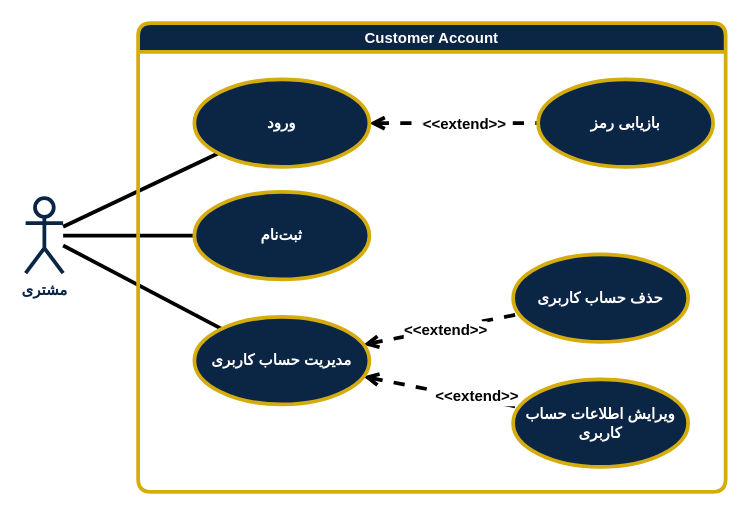
This is page "Account" (2 of 2) of Documentation/Analysis/Modeling/Functional Models/Customer/customer use case diagram.drawio from TnT74K/Project-SAD, a draw.io file, before an edit. Source tidied: cells renumbered, new cells numbered last; positions are measured from the earlier drawing's top-left corner, leaving out a move shared by most shapes. Both pictures are drawn from the tidied source at 125%, with x=0, y=0 at pixel (25, 22).
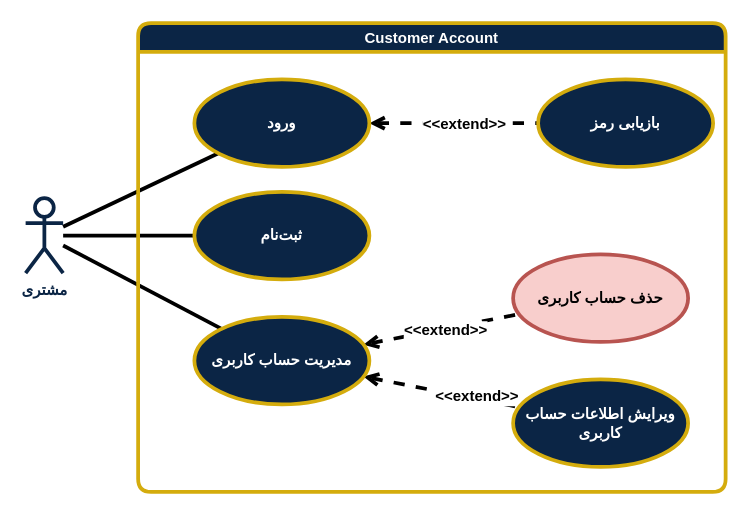
The same page after the edit.

The edit, as a diff of the source:
```diff
@@
 <mxGraphModel>
   <root>
     <mxCell id="0" />
     <mxCell id="1" parent="0" />
     <mxCell id="2" style="edgeStyle=none;shape=connector;rounded=0;jettySize=auto;html=1;strokeColor=default;align=center;verticalAlign=middle;fontFamily=zain;fontSize=12;fontColor=default;labelBackgroundColor=default;endArrow=none;endFill=0;strokeWidth=3;" parent="1" edge="1" source="5" target="8">
       <mxGeometry relative="1" as="geometry" />
     </mxCell>
     <mxCell id="3" style="edgeStyle=none;shape=connector;rounded=0;jettySize=auto;html=1;strokeColor=default;align=center;verticalAlign=middle;fontFamily=zain;fontSize=12;fontColor=default;labelBackgroundColor=default;endArrow=none;endFill=0;strokeWidth=3;" parent="1" edge="1" source="5" target="13">
       <mxGeometry relative="1" as="geometry" />
     </mxCell>
     <mxCell id="4" style="edgeStyle=none;shape=connector;rounded=0;jettySize=auto;html=1;strokeColor=default;align=center;verticalAlign=middle;fontFamily=zain;fontSize=12;fontColor=default;labelBackgroundColor=default;endArrow=none;endFill=0;strokeWidth=3;" parent="1" edge="1" source="5" target="14">
       <mxGeometry relative="1" as="geometry" />
     </mxCell>
     <mxCell id="5" value="مشتری" style="shape=umlActor;verticalLabelPosition=bottom;verticalAlign=top;html=1;strokeColor=light-dark(#0B2545,#C0D6E8);align=center;fontFamily=zain;fontSize=12;fontColor=light-dark(#0B2545,#C0D6E8);fillColor=default;strokeWidth=3;fontStyle=1;labelBackgroundColor=none;" parent="1" vertex="1">
       <mxGeometry y="140" width="30" height="60" as="geometry" />
     </mxCell>
     <mxCell id="6" style="edgeStyle=none;shape=connector;rounded=0;jettySize=auto;html=1;strokeColor=light-dark(#000000,#FFFFFF);align=center;verticalAlign=middle;fontFamily=zain;fontSize=12;fontColor=default;labelBackgroundColor=default;endArrow=none;endFill=0;dashed=1;startArrow=open;startFill=0;strokeWidth=3;fontStyle=1;" parent="1" edge="1" source="8" target="17">
       <mxGeometry relative="1" as="geometry" />
     </mxCell>
     <mxCell id="7" value="&amp;lt;&amp;lt;extend&amp;gt;&amp;gt;" style="edgeLabel;html=1;align=center;verticalAlign=middle;strokeColor=light-dark(#000000,#FFFFFF);fontFamily=zain;fontSize=12;fontColor=default;labelBackgroundColor=default;rounded=0;dashed=1;strokeWidth=3;fontStyle=1;" parent="6" vertex="1">
       <mxGeometry x="0.4" y="-1" relative="1" as="geometry">
         <mxPoint x="-20" y="-1" as="offset" />
       </mxGeometry>
     </mxCell>
     <mxCell id="8" value="ورود" style="ellipse;whiteSpace=wrap;html=1;strokeColor=light-dark(#D4AC0D,#D4AC0D);align=center;verticalAlign=middle;fontFamily=zain;fontSize=12;fontColor=light-dark(#FFFFFF,#FFFFFF);fillColor=light-dark(#0B2545,#0B2545);strokeWidth=3;fontStyle=1;labelBackgroundColor=none;" parent="1" vertex="1">
       <mxGeometry x="135" y="45" width="140" height="70" as="geometry" />
     </mxCell>
     <mxCell id="9" style="edgeStyle=none;shape=connector;rounded=0;jettySize=auto;html=1;strokeColor=light-dark(#000000,#FFFFFF);align=center;verticalAlign=middle;fontFamily=zain;fontSize=12;fontColor=default;labelBackgroundColor=default;endArrow=none;endFill=0;dashed=1;startArrow=open;startFill=0;strokeWidth=3;fontStyle=1;" parent="1" edge="1" source="14" target="15">
       <mxGeometry relative="1" as="geometry" />
     </mxCell>
     <mxCell id="10" value="&amp;lt;&amp;lt;extend&amp;gt;&amp;gt;" style="edgeLabel;html=1;align=center;verticalAlign=middle;strokeColor=light-dark(#000000,#FFFFFF);fontFamily=zain;fontSize=12;fontColor=default;labelBackgroundColor=default;rounded=0;dashed=1;strokeWidth=3;fontStyle=1;" parent="9" vertex="1">
       <mxGeometry x="0.04" y="-1" relative="1" as="geometry" />
     </mxCell>
     <mxCell id="11" style="edgeStyle=none;shape=connector;rounded=0;jettySize=auto;html=1;strokeColor=light-dark(#000000,#FFFFFF);align=center;verticalAlign=middle;fontFamily=zain;fontSize=12;fontColor=default;labelBackgroundColor=default;endArrow=none;endFill=0;dashed=1;startArrow=open;startFill=0;strokeWidth=3;fontStyle=1;" parent="1" edge="1" source="14" target="16">
       <mxGeometry relative="1" as="geometry" />
     </mxCell>
     <mxCell id="12" value="&amp;lt;&amp;lt;extend&amp;gt;&amp;gt;" style="edgeLabel;html=1;align=center;verticalAlign=middle;strokeColor=light-dark(#000000,#FFFFFF);fontFamily=zain;fontSize=12;fontColor=default;labelBackgroundColor=default;rounded=0;dashed=1;strokeWidth=3;fontStyle=1;" parent="11" vertex="1">
       <mxGeometry x="0.45" y="2" relative="1" as="geometry" />
     </mxCell>
     <mxCell id="13" value="ثبت‌نام" style="ellipse;whiteSpace=wrap;html=1;strokeColor=light-dark(#D4AC0D,#D4AC0D);align=center;verticalAlign=middle;fontFamily=zain;fontSize=12;fontColor=light-dark(#FFFFFF,#FFFFFF);fillColor=light-dark(#0B2545,#0B2545);strokeWidth=3;fontStyle=1;labelBackgroundColor=none;" parent="1" vertex="1">
       <mxGeometry x="135" y="135" width="140" height="70" as="geometry" />
     </mxCell>
     <mxCell id="14" value="مدیریت حساب کاربری" style="ellipse;whiteSpace=wrap;html=1;strokeColor=light-dark(#D4AC0D,#D4AC0D);align=center;verticalAlign=middle;fontFamily=zain;fontSize=12;fontColor=light-dark(#FFFFFF,#FFFFFF);fillColor=light-dark(#0B2545,#0B2545);strokeWidth=3;fontStyle=1;labelBackgroundColor=none;" parent="1" vertex="1">
       <mxGeometry x="135" y="235" width="140" height="70" as="geometry" />
     </mxCell>
-    <mxCell id="15" value="حذف حساب کاربری" style="ellipse;whiteSpace=wrap;html=1;strokeColor=light-dark(#D4AC0D,#D4AC0D);align=center;verticalAlign=middle;fontFamily=zain;fontSize=12;fontColor=light-dark(#FFFFFF,#FFFFFF);fillColor=light-dark(#0B2545,#0B2545);strokeWidth=3;fontStyle=1;labelBackgroundColor=none;" parent="1" vertex="1">
+    <mxCell id="15" value="حذف حساب کاربری" style="ellipse;whiteSpace=wrap;html=1;strokeColor=#b85450;align=center;verticalAlign=middle;fontFamily=zain;fontSize=12;fillColor=#f8cecc;strokeWidth=3;fontStyle=1;labelBackgroundColor=none;" parent="1" vertex="1">
       <mxGeometry x="390" y="185" width="140" height="70" as="geometry" />
     </mxCell>
     <mxCell id="16" value="ویرایش اطلاعات حساب کاربری" style="ellipse;whiteSpace=wrap;html=1;strokeColor=light-dark(#D4AC0D,#D4AC0D);align=center;verticalAlign=middle;fontFamily=zain;fontSize=12;fontColor=light-dark(#FFFFFF,#FFFFFF);fillColor=light-dark(#0B2545,#0B2545);strokeWidth=3;fontStyle=1;labelBackgroundColor=none;" parent="1" vertex="1">
       <mxGeometry x="390" y="285" width="140" height="70" as="geometry" />
     </mxCell>
     <mxCell id="17" value="بازیابی رمز" style="ellipse;whiteSpace=wrap;html=1;strokeColor=light-dark(#D4AC0D,#D4AC0D);align=center;verticalAlign=middle;fontFamily=zain;fontSize=12;fontColor=light-dark(#FFFFFF,#FFFFFF);fillColor=light-dark(#0B2545,#0B2545);strokeWidth=3;fontStyle=1;labelBackgroundColor=none;" parent="1" vertex="1">
       <mxGeometry x="410" y="45" width="140" height="70" as="geometry" />
     </mxCell>
     <mxCell id="18" value="Customer Account" style="swimlane;whiteSpace=wrap;html=1;strokeColor=light-dark(#D4AC0D,#D4AC0D);strokeWidth=3;align=center;verticalAlign=middle;fontFamily=zain;fontSize=12;fontColor=light-dark(#FFFFFF,#FFFFFF);fontStyle=1;labelBackgroundColor=none;fillColor=light-dark(#0B2545,#0B2545);rounded=1;" parent="1" vertex="1">
       <mxGeometry x="90" width="470" height="375" as="geometry" />
     </mxCell>
   </root>
 </mxGraphModel>
```
